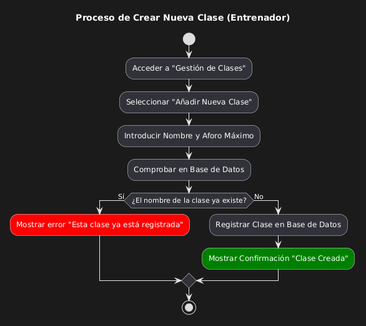
The PlantUML diagram docs/diagramasUML/DiagramaActividades/Actividad_Crear_clase.png in FerminGarridoMartinDAM/ProyectoInterModular1DAMAppGimnasio, before a commit.
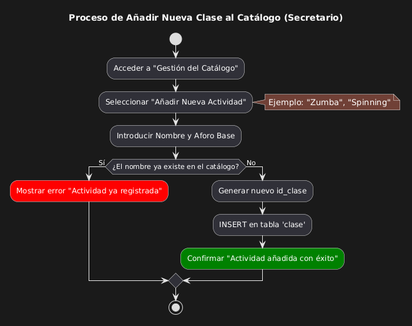
After the commit.

What changed in the source:
```diff
@@ -1,19 +1,20 @@
 @startuml
-title Proceso de Crear Nueva Clase (Entrenador)
+title Proceso de Añadir Nueva Clase al Catálogo (Secretario)
 
 start
 
-:Acceder a "Gestión de Clases";
-:Seleccionar "Añadir Nueva Clase";
-:Introducir Nombre y Aforo Máximo;
+:Acceder a "Gestión del Catálogo";
+:Seleccionar "Añadir Nueva Actividad";
+note right: Ejemplo: "Zumba", "Spinning"
+:Introducir Nombre y Aforo Base;
 
-:Comprobar en Base de Datos;
+if (¿El nombre ya existe en el catálogo?) then (Sí)
+  :Mostrar error "Actividad ya registrada"; <<#red>>
 
-if (¿El nombre de la clase ya existe?) then (Sí)
-  :Mostrar error "Esta clase ya está registrada"; <<#red>>
 else (No)
-  :Registrar Clase en Base de Datos;
-  :Mostrar Confirmación "Clase Creada"; <<#green>>
+  :Generar nuevo id_clase;
+  :INSERT en tabla 'clase';
+  :Confirmar "Actividad añadida con éxito"; <<#green>>
 endif
 
 stop
```
